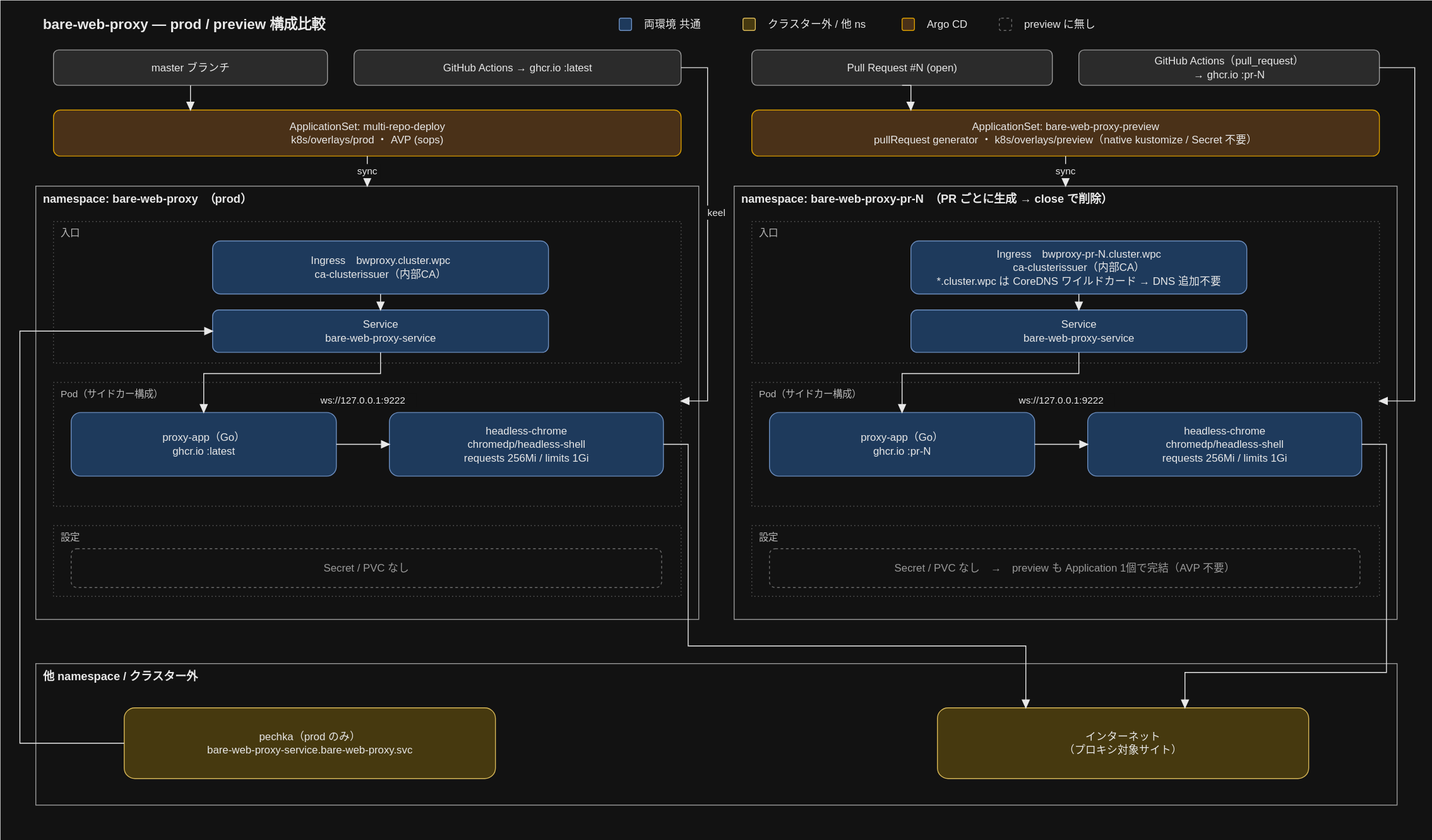
Before: k8s/overlays/preview/preview-vs-prod.drawio.svg, a diagram exported from draw.io (k-wa-wa/bare-web-proxy). Source tidied: cells renumbered, new cells last; positions are measured from the earlier drawing's top-left corner, leaving out a move shared by most shapes.
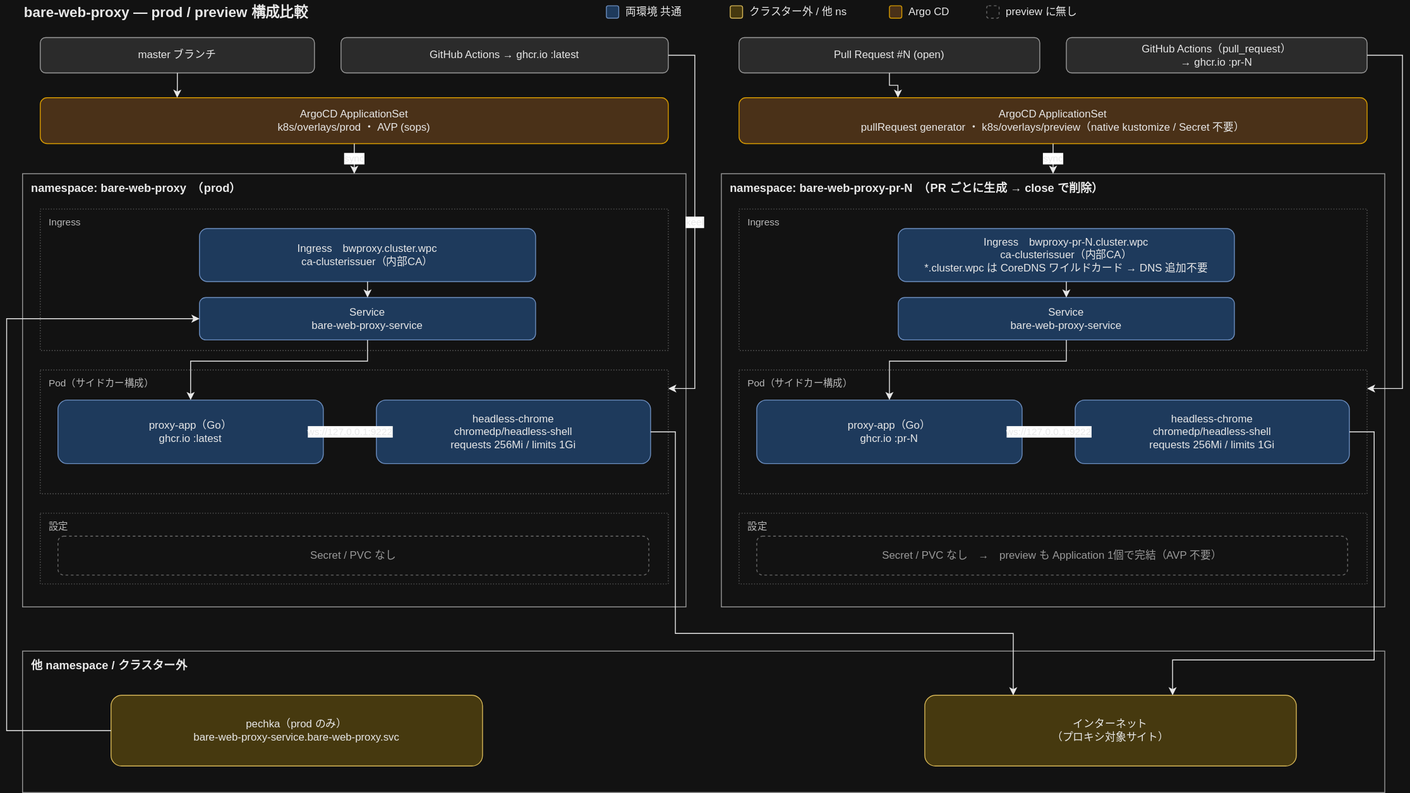
The same file after the commit.

The edit, as a diff of the source:
```diff
@@ -35,7 +35,7 @@
     <mxCell id="12" value="GitHub Actions → ghcr.io  :latest" style="rounded=1;whiteSpace=wrap;html=1;fontSize=12;fillColor=#2b2b2b;strokeColor=#9a9a9a;fontColor=#e8e8e8;" parent="1" vertex="1">
       <mxGeometry x="378" y="42" width="370" height="40" as="geometry" />
     </mxCell>
-    <mxCell id="13" value="ApplicationSet: multi-repo-deploy&lt;br&gt;k8s/overlays/prod ・ AVP (sops)" style="rounded=1;whiteSpace=wrap;html=1;fontSize=12;fillColor=#4a3118;strokeColor=#d79b00;fontColor=#e8e8e8;" parent="1" vertex="1">
+    <mxCell id="13" value="ArgoCD ApplicationSet&lt;br&gt;k8s/overlays/prod ・ AVP (sops)" style="rounded=1;whiteSpace=wrap;html=1;fontSize=12;fillColor=#4a3118;strokeColor=#d79b00;fontColor=#e8e8e8;" parent="1" vertex="1">
       <mxGeometry x="38" y="110" width="710" height="52" as="geometry" />
     </mxCell>
     <mxCell id="14" value="Pull Request #N (open)" style="rounded=1;whiteSpace=wrap;html=1;fontSize=12;fillColor=#2b2b2b;strokeColor=#9a9a9a;fontColor=#e8e8e8;" parent="1" vertex="1">
@@ -44,7 +44,7 @@
     <mxCell id="15" value="GitHub Actions（pull_request）&lt;br&gt;→ ghcr.io  :pr-N" style="rounded=1;whiteSpace=wrap;html=1;fontSize=12;fillColor=#2b2b2b;strokeColor=#9a9a9a;fontColor=#e8e8e8;" parent="1" vertex="1">
       <mxGeometry x="1198" y="42" width="340" height="40" as="geometry" />
     </mxCell>
-    <mxCell id="16" value="ApplicationSet: bare-web-proxy-preview&lt;br&gt;pullRequest generator ・ k8s/overlays/preview（native kustomize / Secret 不要）" style="rounded=1;whiteSpace=wrap;html=1;fontSize=12;fillColor=#4a3118;strokeColor=#d79b00;fontColor=#e8e8e8;" parent="1" vertex="1">
+    <mxCell id="16" value="ArgoCD ApplicationSet&lt;br&gt;pullRequest generator ・ k8s/overlays/preview（native kustomize / Secret 不要）" style="rounded=1;whiteSpace=wrap;html=1;fontSize=12;fillColor=#4a3118;strokeColor=#d79b00;fontColor=#e8e8e8;" parent="1" vertex="1">
       <mxGeometry x="828" y="110" width="710" height="52" as="geometry" />
     </mxCell>
     <mxCell id="17" value="namespace: bare-web-proxy　（prod）" style="rounded=0;whiteSpace=wrap;html=1;verticalAlign=top;align=left;spacingLeft=8;spacingTop=2;fontSize=13;fillColor=none;strokeColor=#999999;fontColor=#e8e8e8;fontStyle=1;" parent="1" vertex="1">
@@ -53,7 +53,7 @@
     <mxCell id="18" value="namespace: bare-web-proxy-pr-N　（PR ごとに生成 → close で削除）" style="rounded=0;whiteSpace=wrap;html=1;verticalAlign=top;align=left;spacingLeft=8;spacingTop=2;fontSize=13;fillColor=none;strokeColor=#999999;fontColor=#e8e8e8;fontStyle=1;" parent="1" vertex="1">
       <mxGeometry x="808" y="196" width="750" height="490" as="geometry" />
     </mxCell>
-    <mxCell id="19" value="入口" style="rounded=0;whiteSpace=wrap;html=1;verticalAlign=top;align=left;spacingLeft=8;spacingTop=2;fontSize=11;fillColor=none;strokeColor=#5f5f5f;fontColor=#b9b9b9;dashed=1;dashPattern=1 2;" parent="1" vertex="1">
+    <mxCell id="19" value="Ingress" style="rounded=0;whiteSpace=wrap;html=1;verticalAlign=top;align=left;spacingLeft=8;spacingTop=2;fontSize=11;fillColor=none;strokeColor=#5f5f5f;fontColor=#b9b9b9;dashed=1;dashPattern=1 2;" parent="1" vertex="1">
       <mxGeometry x="38" y="236" width="710" height="160" as="geometry" />
     </mxCell>
     <mxCell id="20" value="Ingress　bwproxy.cluster.wpc&lt;br&gt;ca-clusterissuer（内部CA）" style="rounded=1;whiteSpace=wrap;html=1;fontSize=12;fillColor=#1e3a5c;strokeColor=#6c8ebf;fontColor=#e8e8e8;" parent="1" vertex="1">
@@ -74,7 +74,7 @@
     <mxCell id="25" value="設定" style="rounded=0;whiteSpace=wrap;html=1;verticalAlign=top;align=left;spacingLeft=8;spacingTop=2;fontSize=11;fillColor=none;strokeColor=#5f5f5f;fontColor=#b9b9b9;dashed=1;dashPattern=1 2;" parent="1" vertex="1">
       <mxGeometry x="38" y="580" width="710" height="80" as="geometry" />
     </mxCell>
-    <mxCell id="26" value="入口" style="rounded=0;whiteSpace=wrap;html=1;verticalAlign=top;align=left;spacingLeft=8;spacingTop=2;fontSize=11;fillColor=none;strokeColor=#5f5f5f;fontColor=#b9b9b9;dashed=1;dashPattern=1 2;" parent="1" vertex="1">
+    <mxCell id="26" value="Ingress" style="rounded=0;whiteSpace=wrap;html=1;verticalAlign=top;align=left;spacingLeft=8;spacingTop=2;fontSize=11;fillColor=none;strokeColor=#5f5f5f;fontColor=#b9b9b9;dashed=1;dashPattern=1 2;" parent="1" vertex="1">
       <mxGeometry x="828" y="236" width="710" height="160" as="geometry" />
     </mxCell>
     <mxCell id="27" value="Ingress　bwproxy-pr-N.cluster.wpc&lt;br&gt;ca-clusterissuer（内部CA）&lt;br&gt;*.cluster.wpc は CoreDNS ワイルドカード → DNS 追加不要" style="rounded=1;whiteSpace=wrap;html=1;fontSize=12;fillColor=#1e3a5c;strokeColor=#6c8ebf;fontColor=#e8e8e8;" parent="1" vertex="1">
```
